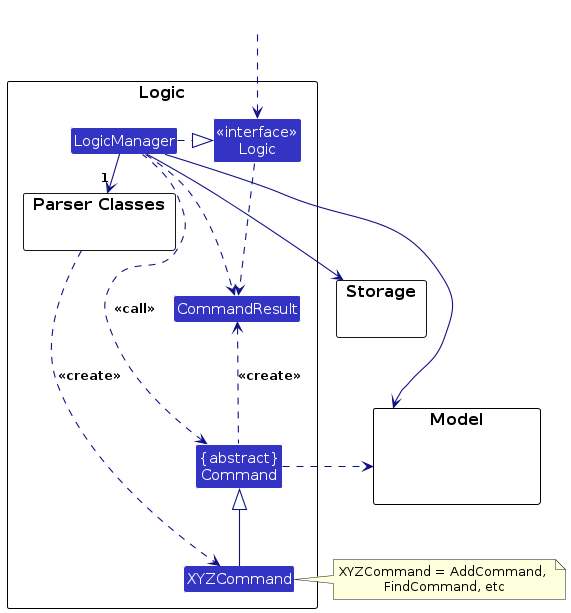
Earlier version of the PlantUML export diagrams/LogicClassDiagram.png (AY2627S1-CS2103T-F15-1/tp). Its source is kept beside it as diagrams/LogicClassDiagram.puml. The source it was exported from:
```plantuml
@startuml
!include style.puml
skinparam arrowThickness 1.1
skinparam arrowColor LOGIC_COLOR_T4
skinparam classBackgroundColor LOGIC_COLOR

package Logic as LogicPackage {

package "Parser Classes" as ParserClasses{
}
Class XYZCommand
Class CommandResult
Class "{abstract}\nCommand" as Command


Class "<<interface>>\nLogic" as Logic
Class LogicManager
}

package Model {
Class HiddenModel #FFFFFF
}

package Storage {
}

Class HiddenOutside #FFFFFF
HiddenOutside ..> Logic

LogicManager .right.|> Logic
LogicManager -right->"1" ParserClasses
ParserClasses ..> XYZCommand : <<create>>

XYZCommand -up-|> Command
LogicManager .left.> Command : <<call>>

LogicManager --> Model
LogicManager --> Storage
Storage --[hidden] Model
Command .[hidden]up.> Storage
Command .right.> Model
note right of XYZCommand: XYZCommand = AddCommand, \nFindCommand, etc

Logic ..> CommandResult
LogicManager .down.> CommandResult
Command .up.> CommandResult : <<create>>
@enduml
```
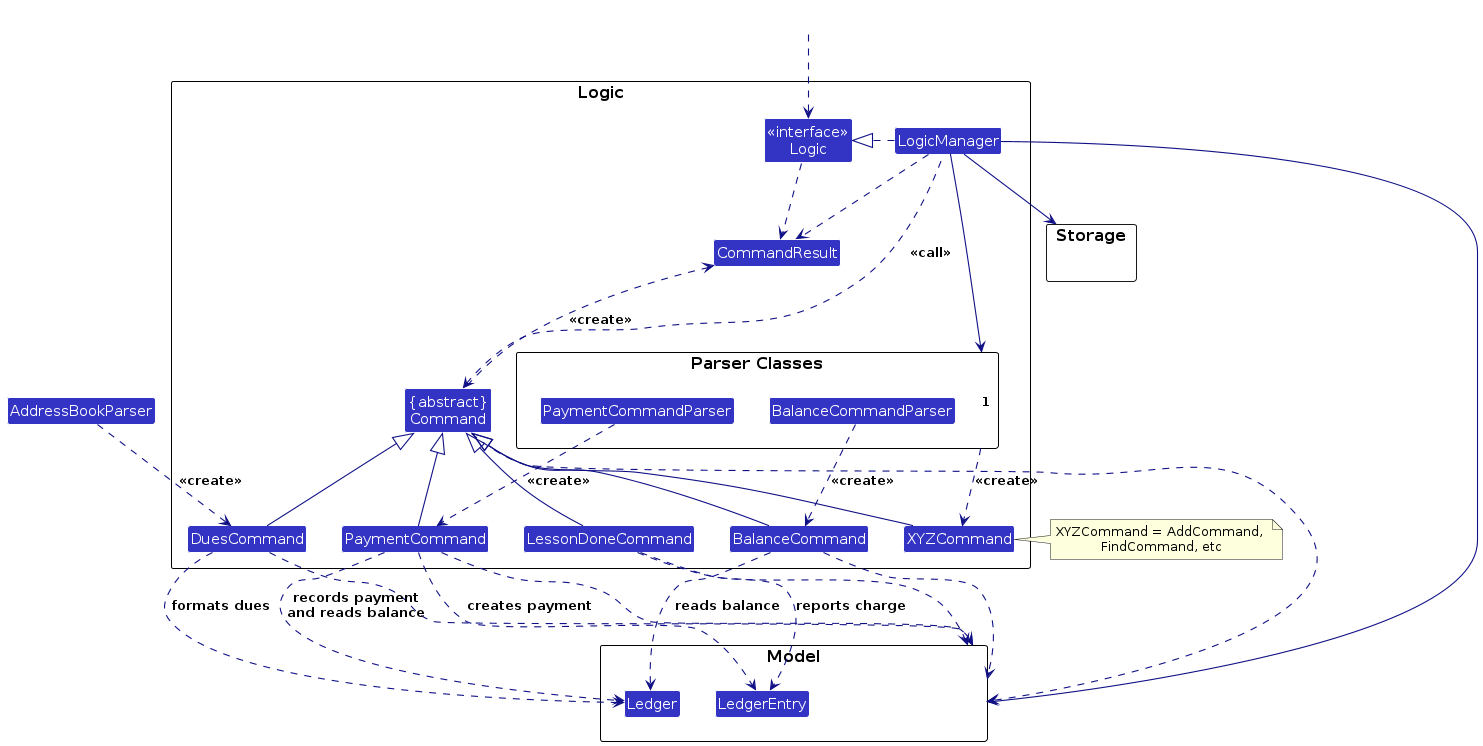
Above is the later version.

Diff of the diagram source:
```diff
@@ -7,10 +7,16 @@
 package Logic as LogicPackage {
 
 package "Parser Classes" as ParserClasses{
+Class PaymentCommandParser
+Class BalanceCommandParser
 }
 Class XYZCommand
 Class CommandResult
 Class "{abstract}\nCommand" as Command
+Class PaymentCommand
+Class BalanceCommand
+Class DuesCommand
+Class LessonDoneCommand
 
 
 Class "<<interface>>\nLogic" as Logic
@@ -19,6 +25,8 @@
 
 package Model {
 Class HiddenModel #FFFFFF
+Class Ledger
+Class LedgerEntry
 }
 
 package Storage {
@@ -32,6 +40,10 @@
 ParserClasses ..> XYZCommand : <<create>>
 
 XYZCommand -up-|> Command
+PaymentCommand -up-|> Command
+BalanceCommand -up-|> Command
+DuesCommand -up-|> Command
+LessonDoneCommand -up-|> Command
 LogicManager .left.> Command : <<call>>
 
 LogicManager --> Model
@@ -39,6 +51,18 @@
 Storage --[hidden] Model
 Command .[hidden]up.> Storage
 Command .right.> Model
+PaymentCommand ..> Model
+BalanceCommand ..> Model
+DuesCommand ..> Model
+LessonDoneCommand ..> Model
+PaymentCommandParser ..> PaymentCommand : <<create>>
+BalanceCommandParser ..> BalanceCommand : <<create>>
+AddressBookParser ..> DuesCommand : <<create>>
+PaymentCommand ..> Ledger : records payment\nand reads balance
+BalanceCommand ..> Ledger : reads balance
+DuesCommand ..> Ledger : formats dues
+LessonDoneCommand ..> LedgerEntry : reports charge
+PaymentCommand ..> LedgerEntry : creates payment
 note right of XYZCommand: XYZCommand = AddCommand, \nFindCommand, etc
 
 Logic ..> CommandResult
```
